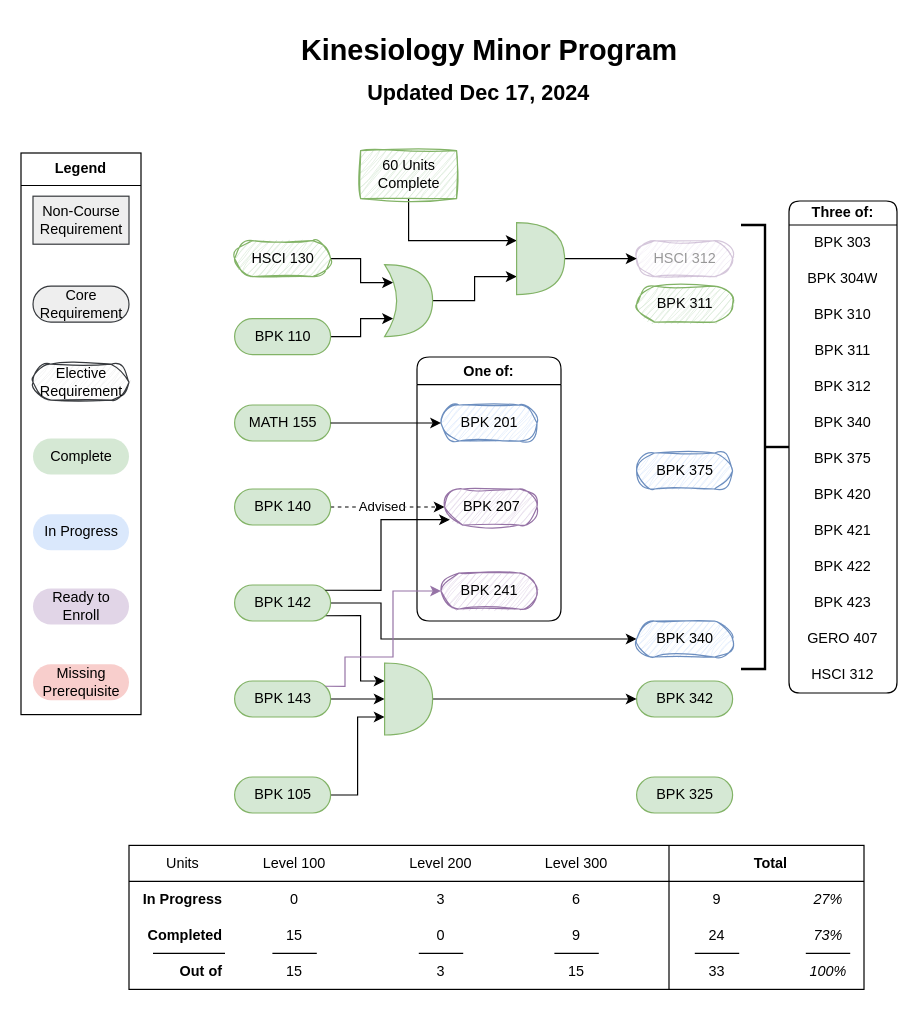
Earlier version of the draw.io diagram Kin Minor.drawio (Orianous/draw.io). Source tidied: cells renumbered, new cells numbered last; positions are measured from the earlier drawing's top-left corner, leaving out a move shared by most shapes. Both pictures are drawn from the tidied source at 120%, with x=0, y=0 at pixel (20, 20).
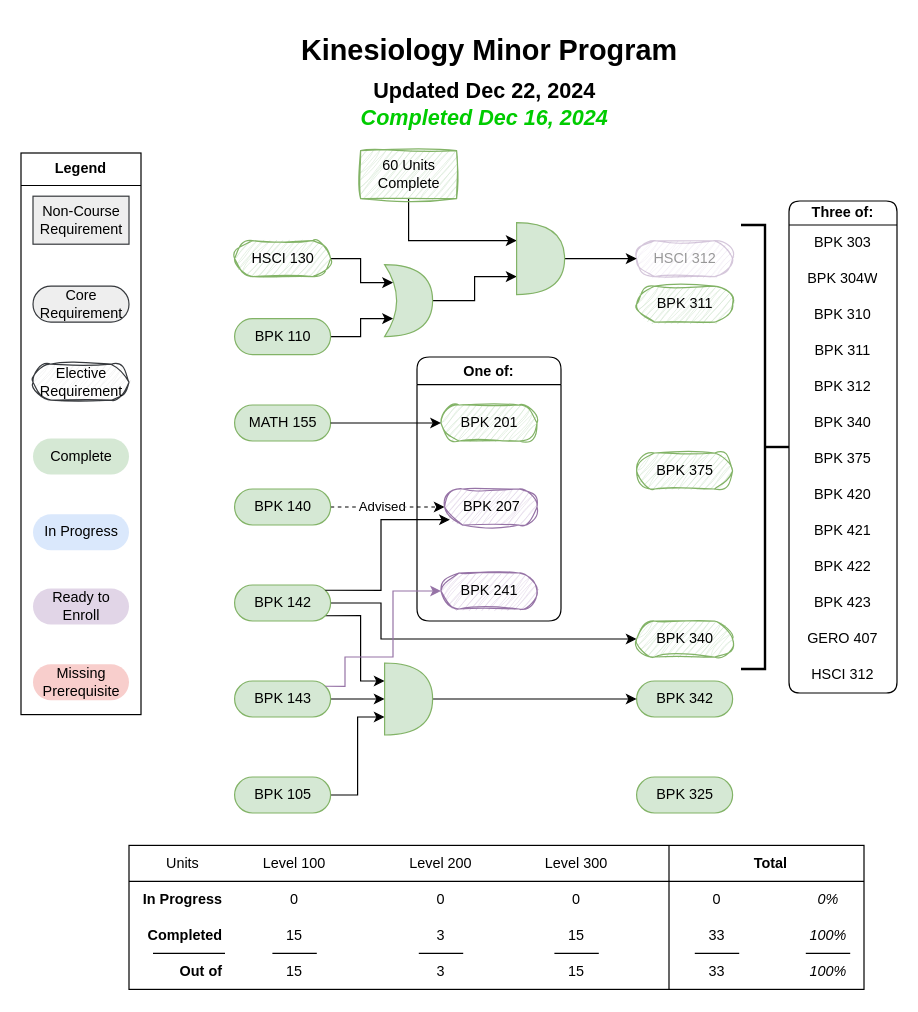
After the change.

Commit message:
Completed Kin Minor - Dec 16 2024

What changed in the source:
```diff
@@
-    <mxCell id="34" value="BPK 340" style="html=1;dashed=0;whitespace=wrap;shape=mxgraph.dfd.start;fillColor=#dae8fc;strokeColor=#6c8ebf;sketch=1;curveFitting=1;jiggle=2;" parent="18" vertex="1">
+    <mxCell id="34" value="BPK 340" style="html=1;dashed=0;whitespace=wrap;shape=mxgraph.dfd.start;fillColor=#d5e8d4;strokeColor=#82b366;sketch=1;curveFitting=1;jiggle=2;" parent="18" vertex="1">
       <mxGeometry x="513" y="500" width="80" height="30" as="geometry" />
     </mxCell>
-    <mxCell id="35" value="BPK 375" style="html=1;dashed=0;whitespace=wrap;shape=mxgraph.dfd.start;fillColor=#dae8fc;strokeColor=#6c8ebf;sketch=1;curveFitting=1;jiggle=2;" parent="18" vertex="1">
+    <mxCell id="35" value="BPK 375" style="html=1;dashed=0;whitespace=wrap;shape=mxgraph.dfd.start;fillColor=#d5e8d4;strokeColor=#82b366;sketch=1;curveFitting=1;jiggle=2;" parent="18" vertex="1">
       <mxGeometry x="513" y="360" width="80" height="30" as="geometry" />
     </mxCell>
@@
-    <mxCell id="48" value="Updated Dec 17, 2024" style="text;strokeColor=none;fillColor=none;html=1;fontSize=18;fontStyle=1;verticalAlign=middle;align=center;" parent="18" vertex="1">
-      <mxGeometry x="283.5" y="40" width="195" height="40" as="geometry" />
+    <mxCell id="48" value="&lt;div&gt;&lt;span style=&quot;background-color: initial;&quot;&gt;Updated Dec 22, 2024&lt;/span&gt;&lt;/div&gt;&lt;div&gt;&lt;font color=&quot;#00cc00&quot;&gt;&lt;i&gt;Completed Dec 16, 2024&lt;/i&gt;&lt;/font&gt;&lt;span style=&quot;background-color: initial;&quot;&gt;&lt;/span&gt;&lt;/div&gt;" style="text;strokeColor=none;fillColor=none;html=1;fontSize=18;fontStyle=1;verticalAlign=middle;align=center;" parent="18" vertex="1">
+      <mxGeometry x="288" y="50" width="195" height="40" as="geometry" />
     </mxCell>
@@
-    <mxCell id="58" value="0" style="text;html=1;strokeColor=none;fillColor=none;align=center;verticalAlign=middle;whiteSpace=wrap;rounded=0;" parent="18" vertex="1">
+    <mxCell id="58" value="3" style="text;html=1;strokeColor=none;fillColor=none;align=center;verticalAlign=middle;whiteSpace=wrap;rounded=0;" parent="18" vertex="1">
       <mxGeometry x="320" y="747" width="60" height="30" as="geometry" />
     </mxCell>
-    <mxCell id="59" value="9" style="text;html=1;strokeColor=none;fillColor=none;align=center;verticalAlign=middle;whiteSpace=wrap;rounded=0;" parent="18" vertex="1">
+    <mxCell id="59" value="15" style="text;html=1;strokeColor=none;fillColor=none;align=center;verticalAlign=middle;whiteSpace=wrap;rounded=0;" parent="18" vertex="1">
       <mxGeometry x="433" y="747" width="60" height="30" as="geometry" />
     </mxCell>
@@
-    <mxCell id="62" value="3" style="text;html=1;strokeColor=none;fillColor=none;align=center;verticalAlign=middle;whiteSpace=wrap;rounded=0;" parent="18" vertex="1">
+    <mxCell id="62" value="0" style="text;html=1;strokeColor=none;fillColor=none;align=center;verticalAlign=middle;whiteSpace=wrap;rounded=0;" parent="18" vertex="1">
       <mxGeometry x="320" y="717" width="60" height="30" as="geometry" />
     </mxCell>
-    <mxCell id="63" value="6" style="text;html=1;strokeColor=none;fillColor=none;align=center;verticalAlign=middle;whiteSpace=wrap;rounded=0;" parent="18" vertex="1">
+    <mxCell id="63" value="0" style="text;html=1;strokeColor=none;fillColor=none;align=center;verticalAlign=middle;whiteSpace=wrap;rounded=0;" parent="18" vertex="1">
       <mxGeometry x="433" y="717" width="60" height="30" as="geometry" />
     </mxCell>
@@
-    <mxCell id="66" value="73%" style="text;html=1;strokeColor=none;fillColor=none;align=center;verticalAlign=middle;whiteSpace=wrap;rounded=0;fontStyle=2;" parent="18" vertex="1">
+    <mxCell id="66" value="100%" style="text;html=1;strokeColor=none;fillColor=none;align=center;verticalAlign=middle;whiteSpace=wrap;rounded=0;fontStyle=2;" parent="18" vertex="1">
       <mxGeometry x="642.5" y="747" width="60" height="30" as="geometry" />
     </mxCell>
@@
-    <mxCell id="68" value="27%" style="text;html=1;strokeColor=none;fillColor=none;align=center;verticalAlign=middle;whiteSpace=wrap;rounded=0;fontStyle=2;" parent="18" vertex="1">
+    <mxCell id="68" value="0%" style="text;html=1;strokeColor=none;fillColor=none;align=center;verticalAlign=middle;whiteSpace=wrap;rounded=0;fontStyle=2;" parent="18" vertex="1">
       <mxGeometry x="642.5" y="717" width="60" height="30" as="geometry" />
     </mxCell>
@@
-    <mxCell id="84" value="24" style="text;html=1;strokeColor=none;fillColor=none;align=center;verticalAlign=middle;whiteSpace=wrap;rounded=0;" parent="18" vertex="1">
+    <mxCell id="84" value="33" style="text;html=1;strokeColor=none;fillColor=none;align=center;verticalAlign=middle;whiteSpace=wrap;rounded=0;" parent="18" vertex="1">
       <mxGeometry x="550" y="747" width="60" height="30" as="geometry" />
     </mxCell>
@@
-    <mxCell id="86" value="9" style="text;html=1;strokeColor=none;fillColor=none;align=center;verticalAlign=middle;whiteSpace=wrap;rounded=0;" parent="18" vertex="1">
+    <mxCell id="86" value="0" style="text;html=1;strokeColor=none;fillColor=none;align=center;verticalAlign=middle;whiteSpace=wrap;rounded=0;" parent="18" vertex="1">
       <mxGeometry x="550" y="717" width="60" height="30" as="geometry" />
     </mxCell>
@@
-    <mxCell id="91" value="BPK 201" style="html=1;dashed=0;whitespace=wrap;shape=mxgraph.dfd.start;fillColor=#dae8fc;strokeColor=#6c8ebf;sketch=1;curveFitting=1;jiggle=2;" parent="18" vertex="1">
+    <mxCell id="91" value="BPK 201" style="html=1;dashed=0;whitespace=wrap;shape=mxgraph.dfd.start;fillColor=#d5e8d4;strokeColor=#82b366;sketch=1;curveFitting=1;jiggle=2;" parent="18" vertex="1">
       <mxGeometry x="350" y="320" width="80" height="30" as="geometry" />
     </mxCell>
```
